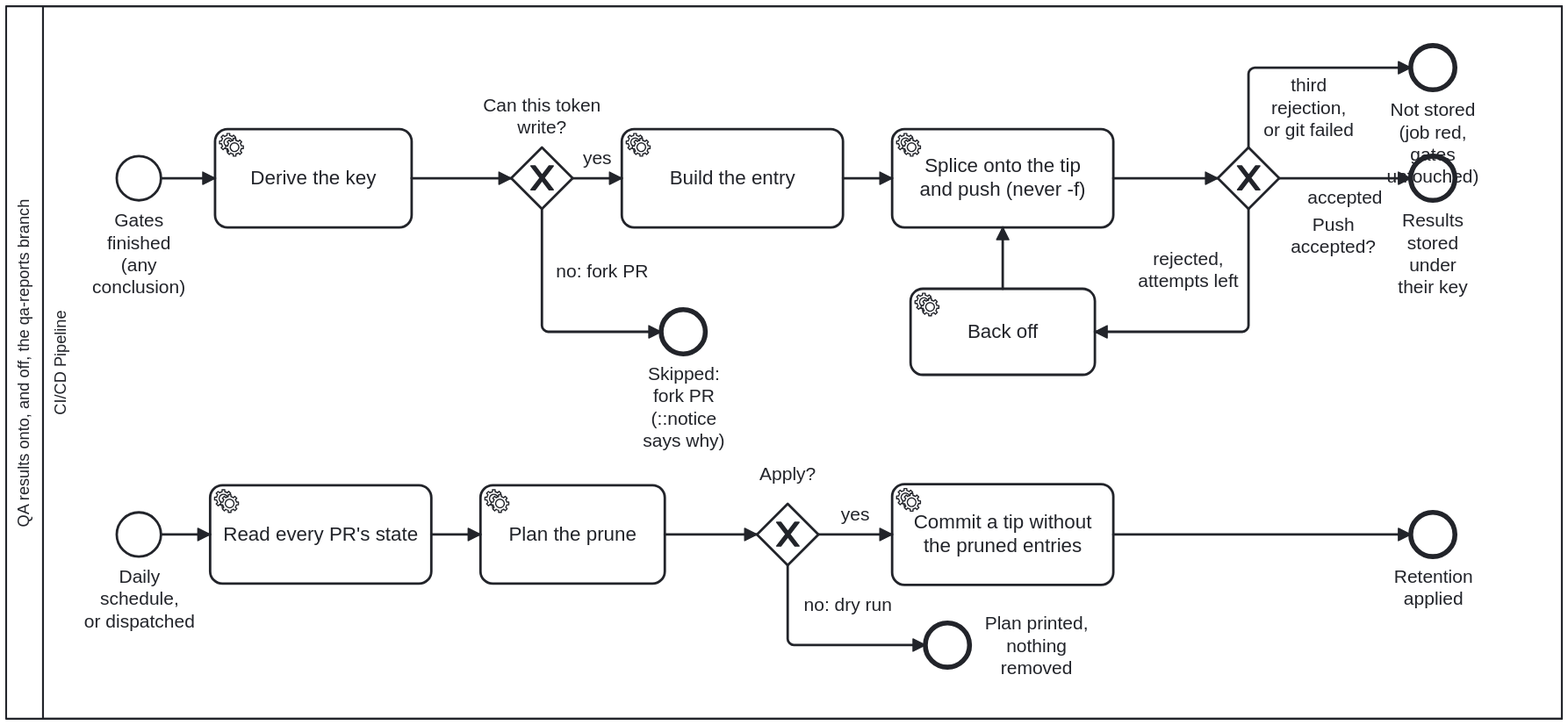
Before: docs/assets/img/workflows/qa-publish.svg, a diagram exported from BPMN (litlfred/cat-harness). Its source is kept beside it as processes/sdlc/qa-publish.bpmn. Ids are renumbered.
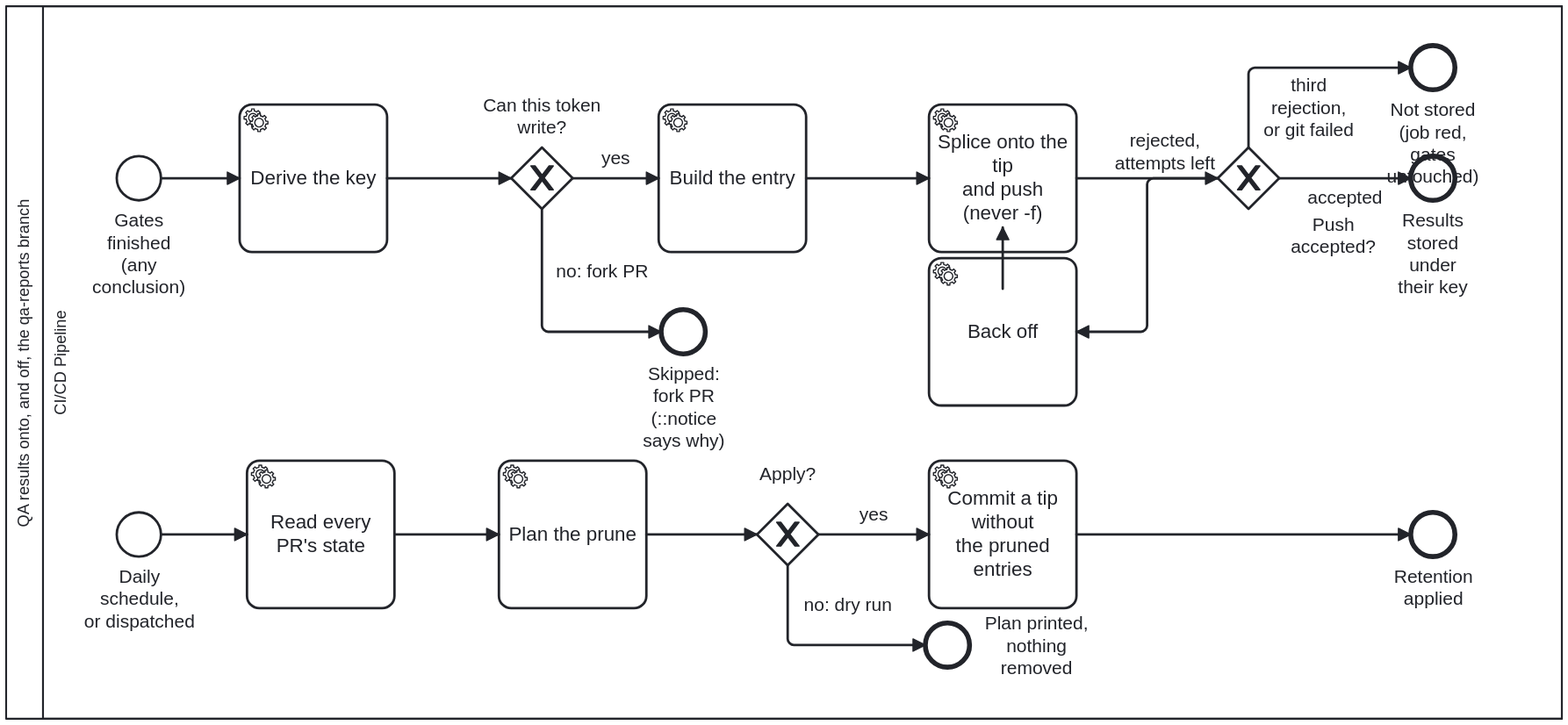
The same diagram one commit later.

The edit, as a diff of the source:
```diff
@@ -230,7 +230,7 @@
         <dc:Bounds x="250" y="162" width="36" height="36" />
       <bpmndi:BPMNLabel><dc:Bounds x="222" y="206" width="92" height="27" /></bpmndi:BPMNLabel></bpmndi:BPMNShape>
       <bpmndi:BPMNShape id="Shape_Task_DeriveKey" bpmnElement="Task_DeriveKey">
-        <dc:Bounds x="330" y="140" width="160" height="80" />
+        <dc:Bounds x="350" y="120" width="120" height="120" />
       </bpmndi:BPMNShape>
       <bpmndi:BPMNShape id="Shape_Gateway_CanWrite" bpmnElement="Gateway_CanWrite" isMarkerVisible="true">
 
@@ -241,17 +241,17 @@
         <dc:Bounds x="693" y="287" width="36" height="36" />
       <bpmndi:BPMNLabel><dc:Bounds x="656" y="331" width="110" height="27" /></bpmndi:BPMNLabel></bpmndi:BPMNShape>
       <bpmndi:BPMNShape id="Shape_Task_BuildEntry" bpmnElement="Task_BuildEntry">
-        <dc:Bounds x="661" y="140" width="180" height="80" />
+        <dc:Bounds x="691" y="120" width="120" height="120" />
       </bpmndi:BPMNShape>
       <bpmndi:BPMNShape id="Shape_Task_SpliceAndPush" bpmnElement="Task_SpliceAndPush">
-        <dc:Bounds x="881" y="140" width="180" height="80" />
+        <dc:Bounds x="911" y="120" width="120" height="120" />
       </bpmndi:BPMNShape>
       <bpmndi:BPMNShape id="Shape_Gateway_Accepted" bpmnElement="Gateway_Accepted" isMarkerVisible="true">
 
         <dc:Bounds x="1146" y="155" width="50" height="50" />
       <bpmndi:BPMNLabel><dc:Bounds x="1200" y="209" width="80" height="36" /></bpmndi:BPMNLabel></bpmndi:BPMNShape>
       <bpmndi:BPMNShape id="Shape_Task_Backoff" bpmnElement="Task_Backoff">
-        <dc:Bounds x="896" y="270" width="150" height="70" />
+        <dc:Bounds x="911" y="245" width="120" height="120" />
       </bpmndi:BPMNShape>
       <bpmndi:BPMNShape id="Shape_End_Published" bpmnElement="End_Published">
 
@@ -267,10 +267,10 @@
         <dc:Bounds x="250" y="452" width="36" height="36" />
       <bpmndi:BPMNLabel><dc:Bounds x="222" y="496" width="92" height="27" /></bpmndi:BPMNLabel></bpmndi:BPMNShape>
       <bpmndi:BPMNShape id="Shape_Task_ReadPrStates" bpmnElement="Task_ReadPrStates">
-        <dc:Bounds x="326" y="430" width="180" height="80" />
+        <dc:Bounds x="356" y="410" width="120" height="120" />
       </bpmndi:BPMNShape>
       <bpmndi:BPMNShape id="Shape_Task_PlanPrune" bpmnElement="Task_PlanPrune">
-        <dc:Bounds x="546" y="430" width="150" height="80" />
+        <dc:Bounds x="561" y="410" width="120" height="120" />
       </bpmndi:BPMNShape>
       <bpmndi:BPMNShape id="Shape_Gateway_Apply" bpmnElement="Gateway_Apply" isMarkerVisible="true">
 
@@ -281,7 +281,7 @@
         <dc:Bounds x="908" y="542" width="36" height="36" />
       <bpmndi:BPMNLabel><dc:Bounds x="948" y="533.5" width="100" height="53" /></bpmndi:BPMNLabel></bpmndi:BPMNShape>
       <bpmndi:BPMNShape id="Shape_Task_ApplyPrune" bpmnElement="Task_ApplyPrune">
-        <dc:Bounds x="881" y="429" width="180" height="82" />
+        <dc:Bounds x="911" y="410" width="120" height="120" />
       </bpmndi:BPMNShape>
       <bpmndi:BPMNShape id="Shape_End_Pruned" bpmnElement="End_Pruned">
 
@@ -290,15 +290,15 @@
 
       <bpmndi:BPMNEdge id="Edge_P01" bpmnElement="P01">
         <di:waypoint x="286" y="180" />
-        <di:waypoint x="330" y="180" />
+        <di:waypoint x="350" y="180" />
       </bpmndi:BPMNEdge>
       <bpmndi:BPMNEdge id="Edge_P02" bpmnElement="P02">
-        <di:waypoint x="490" y="180" />
+        <di:waypoint x="470" y="180" />
         <di:waypoint x="571" y="180" />
       </bpmndi:BPMNEdge>
       <bpmndi:BPMNEdge id="Edge_P03" bpmnElement="P03">
         <di:waypoint x="621" y="180" />
-        <di:waypoint x="661" y="180" />
+        <di:waypoint x="691" y="180" />
       </bpmndi:BPMNEdge>
       <bpmndi:BPMNEdge id="Edge_P04" bpmnElement="P04">
         <di:waypoint x="596" y="205" />
@@ -307,11 +307,11 @@
         <bpmndi:BPMNLabel><dc:Bounds x="600" y="246.5" width="90" height="17" /></bpmndi:BPMNLabel>
       </bpmndi:BPMNEdge>
       <bpmndi:BPMNEdge id="Edge_P05" bpmnElement="P05">
-        <di:waypoint x="841" y="180" />
-        <di:waypoint x="881" y="180" />
+        <di:waypoint x="811" y="180" />
+        <di:waypoint x="911" y="180" />
       </bpmndi:BPMNEdge>
       <bpmndi:BPMNEdge id="Edge_P06" bpmnElement="P06">
-        <di:waypoint x="1061" y="180" />
+        <di:waypoint x="1031" y="180" />
         <di:waypoint x="1146" y="180" />
       </bpmndi:BPMNEdge>
       <bpmndi:BPMNEdge id="Edge_P07" bpmnElement="P07">
@@ -320,10 +320,11 @@
         <bpmndi:BPMNLabel><dc:Bounds x="1204.51" y="186.5" width="90" height="18" /></bpmndi:BPMNLabel>
       </bpmndi:BPMNEdge>
       <bpmndi:BPMNEdge id="Edge_P08" bpmnElement="P08">
-        <di:waypoint x="1171" y="205" />
-        <di:waypoint x="1171" y="305" />
-        <di:waypoint x="1046" y="305" />
-        <bpmndi:BPMNLabel><dc:Bounds x="1077" y="237" width="90" height="36" /></bpmndi:BPMNLabel>
+        <di:waypoint x="1146" y="180" />
+        <di:waypoint x="1088.5" y="180" />
+        <di:waypoint x="1088.5" y="305" />
+        <di:waypoint x="1031" y="305" />
+        <bpmndi:BPMNLabel><dc:Bounds x="1057.88" y="141" width="90" height="36" /></bpmndi:BPMNLabel>
       </bpmndi:BPMNEdge>
       <bpmndi:BPMNEdge id="Edge_P09" bpmnElement="P09">
         <di:waypoint x="971" y="270" />
@@ -338,14 +339,14 @@
 
       <bpmndi:BPMNEdge id="Edge_R01" bpmnElement="R01">
         <di:waypoint x="286" y="470" />
-        <di:waypoint x="326" y="470" />
+        <di:waypoint x="356" y="470" />
       </bpmndi:BPMNEdge>
       <bpmndi:BPMNEdge id="Edge_R02" bpmnElement="R02">
-        <di:waypoint x="506" y="470" />
-        <di:waypoint x="546" y="470" />
+        <di:waypoint x="476" y="470" />
+        <di:waypoint x="561" y="470" />
       </bpmndi:BPMNEdge>
       <bpmndi:BPMNEdge id="Edge_R03" bpmnElement="R03">
-        <di:waypoint x="696" y="470" />
+        <di:waypoint x="681" y="470" />
         <di:waypoint x="771" y="470" />
       </bpmndi:BPMNEdge>
       <bpmndi:BPMNEdge id="Edge_R04" bpmnElement="R04">
@@ -356,10 +357,10 @@
       </bpmndi:BPMNEdge>
       <bpmndi:BPMNEdge id="Edge_R05" bpmnElement="R05">
         <di:waypoint x="821" y="470" />
-        <di:waypoint x="881" y="470" />
+        <di:waypoint x="911" y="470" />
       </bpmndi:BPMNEdge>
       <bpmndi:BPMNEdge id="Edge_R06" bpmnElement="R06">
-        <di:waypoint x="1061" y="470" />
+        <di:waypoint x="1031" y="470" />
         <di:waypoint x="1303" y="470" />
       </bpmndi:BPMNEdge>
     </bpmndi:BPMNPlane>
```
